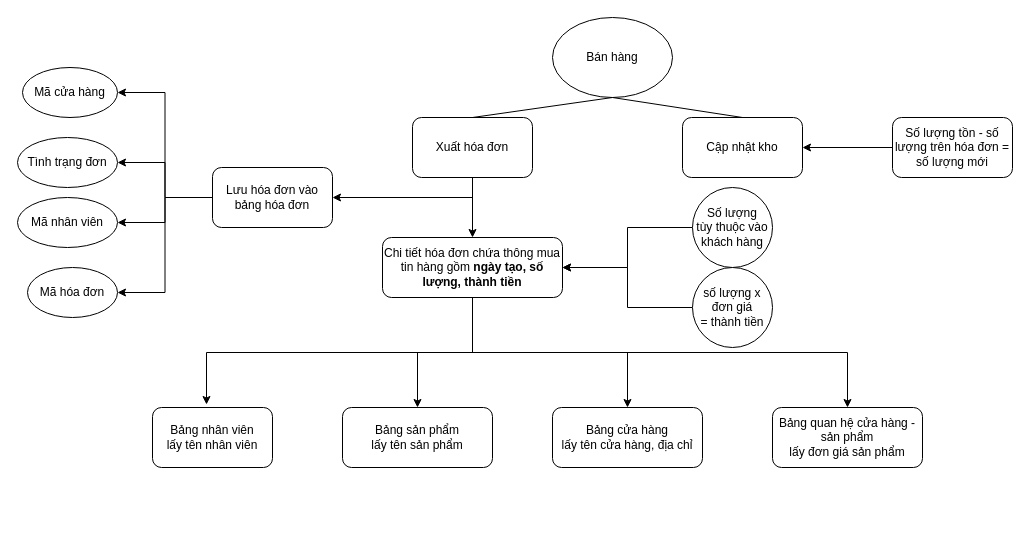
Before: PhanTich.drawio in letranvinhthang/App, a draw.io diagram. Source tidied: cells renumbered, new cells numbered last; positions are measured from the earlier drawing's top-left corner, leaving out a move shared by most shapes. Both pictures are drawn from the tidied source at 100%, with x=0, y=0 at pixel (17, 17).
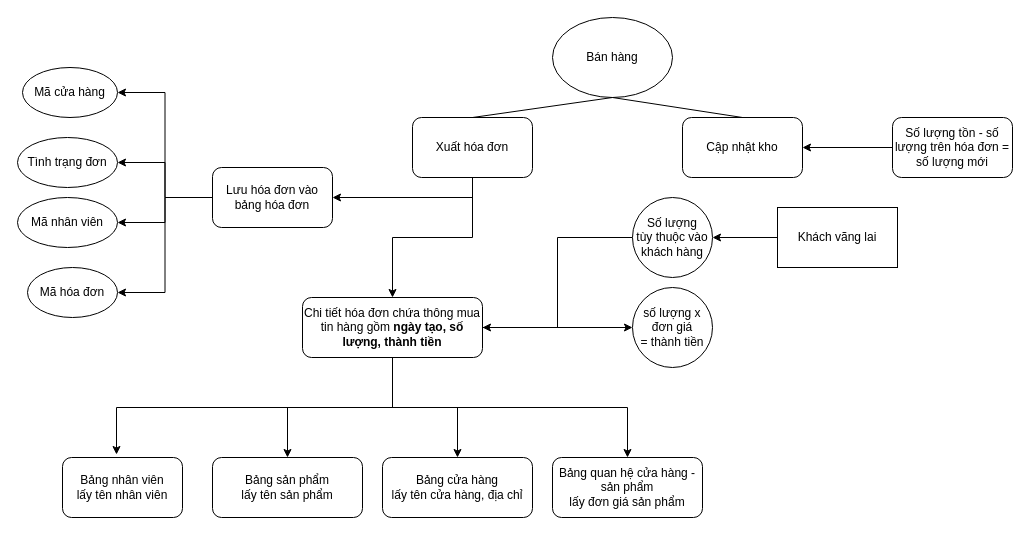
Above is the later version.

What changed in the source:
```diff
@@
+    <mxCell id="33" style="edgeStyle=orthogonalEdgeStyle;rounded=0;jettySize=auto;html=1;exitX=1;exitY=0.5;exitDx=0;exitDy=0;entryX=0;entryY=0.5;entryDx=0;entryDy=0;" parent="1" edge="1" source="13" target="26">
+      <mxGeometry relative="1" as="geometry" />
+    </mxCell>
     <mxCell id="13" value="Chi tiết hóa đơn chứa thông mua tin hàng gồm &lt;b&gt;ngày tạo, số lượng, thành tiền&lt;/b&gt;" style="rounded=1;whiteSpace=wrap;html=1;" parent="1" vertex="1">
-      <mxGeometry x="365" y="220" width="180" height="60" as="geometry" />
+      <mxGeometry x="285" y="280" width="180" height="60" as="geometry" />
     </mxCell>
@@
     <mxCell id="19" value="Bảng cửa hàng&lt;br&gt;lấy tên cửa hàng, địa chỉ" style="rounded=1;whiteSpace=wrap;html=1;" parent="1" vertex="1">
-      <mxGeometry x="535" y="390" width="150" height="60" as="geometry" />
+      <mxGeometry x="365" y="440" width="150" height="60" as="geometry" />
     </mxCell>
     <mxCell id="20" value="Bảng sản phẩm&lt;br&gt;lấy tên sản phẩm" style="rounded=1;whiteSpace=wrap;html=1;" parent="1" vertex="1">
-      <mxGeometry x="325" y="390" width="150" height="60" as="geometry" />
+      <mxGeometry x="195" y="440" width="150" height="60" as="geometry" />
     </mxCell>
     <mxCell id="21" value="Bảng quan hệ cửa hàng - sản phẩm&lt;br&gt;lấy đơn giá sản phẩm" style="rounded=1;whiteSpace=wrap;html=1;" parent="1" vertex="1">
-      <mxGeometry x="755" y="390" width="150" height="60" as="geometry" />
+      <mxGeometry x="535" y="440" width="150" height="60" as="geometry" />
     </mxCell>
     <mxCell id="22" value="Bảng nhân viên&lt;br&gt;lấy tên nhân viên" style="rounded=1;whiteSpace=wrap;html=1;" parent="1" vertex="1">
-      <mxGeometry x="135" y="390" width="120" height="60" as="geometry" />
+      <mxGeometry x="45" y="440" width="120" height="60" as="geometry" />
     </mxCell>
@@
     <mxCell id="24" value="Số lượng&lt;br&gt;tùy thuộc vào khách hàng" style="ellipse;whiteSpace=wrap;html=1;" parent="1" vertex="1">
-      <mxGeometry x="675" y="170" width="80" height="80" as="geometry" />
+      <mxGeometry x="615" y="180" width="80" height="80" as="geometry" />
     </mxCell>
-    <mxCell id="25" style="edgeStyle=orthogonalEdgeStyle;rounded=0;jettySize=auto;html=1;exitX=0;exitY=0.5;exitDx=0;exitDy=0;entryX=1;entryY=0.5;entryDx=0;entryDy=0;" parent="1" edge="1" source="26" target="13">
-      <mxGeometry relative="1" as="geometry" />
-    </mxCell>
     <mxCell id="26" value="số lượng x đơn giá&lt;br&gt;= thành tiền" style="ellipse;whiteSpace=wrap;html=1;" parent="1" vertex="1">
-      <mxGeometry x="675" y="250" width="80" height="80" as="geometry" />
+      <mxGeometry x="615" y="270" width="80" height="80" as="geometry" />
     </mxCell>
@@
+    <mxCell id="34" style="edgeStyle=orthogonalEdgeStyle;rounded=0;jettySize=auto;html=1;exitX=0;exitY=0.5;exitDx=0;exitDy=0;entryX=1;entryY=0.5;entryDx=0;entryDy=0;" parent="1" edge="1" source="35" target="24">
+      <mxGeometry relative="1" as="geometry" />
+    </mxCell>
+    <mxCell id="35" value="Khách vãng lai" style="rounded=0;whiteSpace=wrap;html=1;" parent="1" vertex="1">
+      <mxGeometry x="760" y="190" width="120" height="60" as="geometry" />
+    </mxCell>
```
